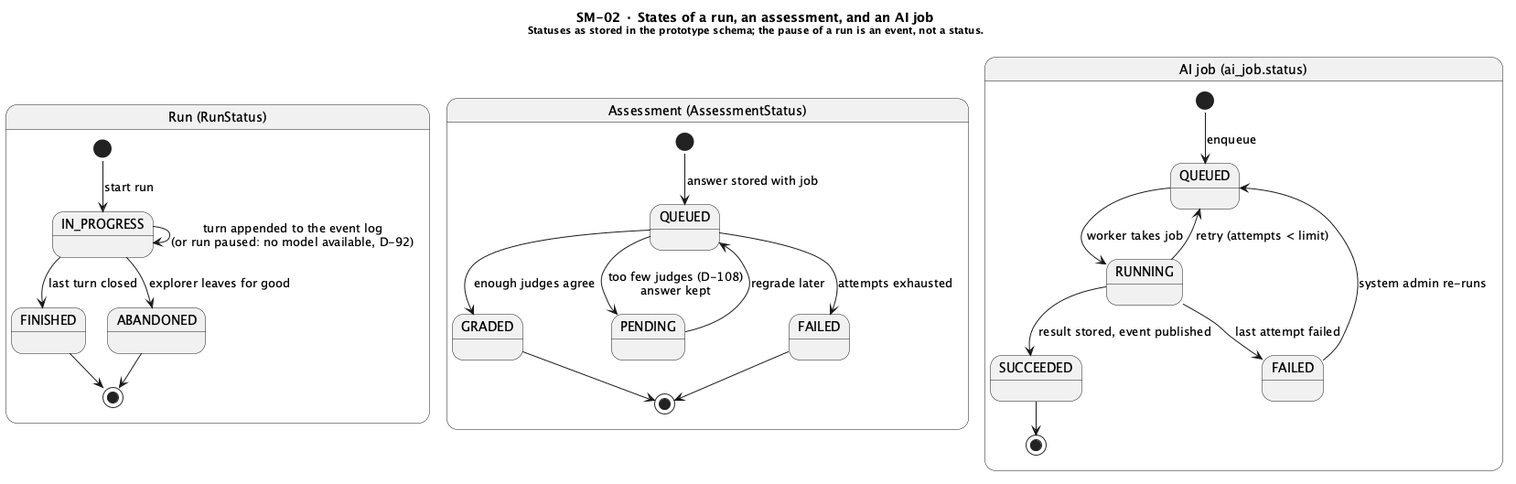
Earlier version of the PlantUML export reports/master/figures/SM-02_RunAssessmentJobStates.png (The-Golden-Trio/Capstone-Project).
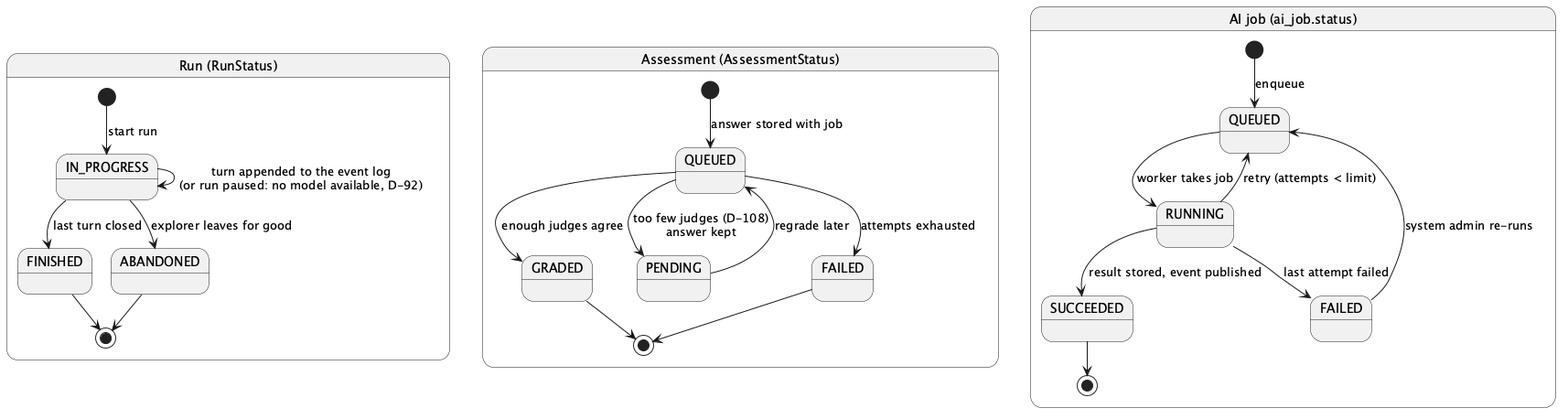
After the change.

The edit, as a diff of the source:
```diff
@@ -1,6 +1,4 @@
 @startuml SM-02_RunAssessmentJobStates
-!pragma layout smetana
-title SM-02 · States of a run, an assessment, and an AI job\n<size:11>Statuses as stored in the prototype schema; the pause of a run is an event, not a status.</size>
 
 state "Run (RunStatus)" as RunS {
   [*] --> IN_PROGRESS : start run
```
